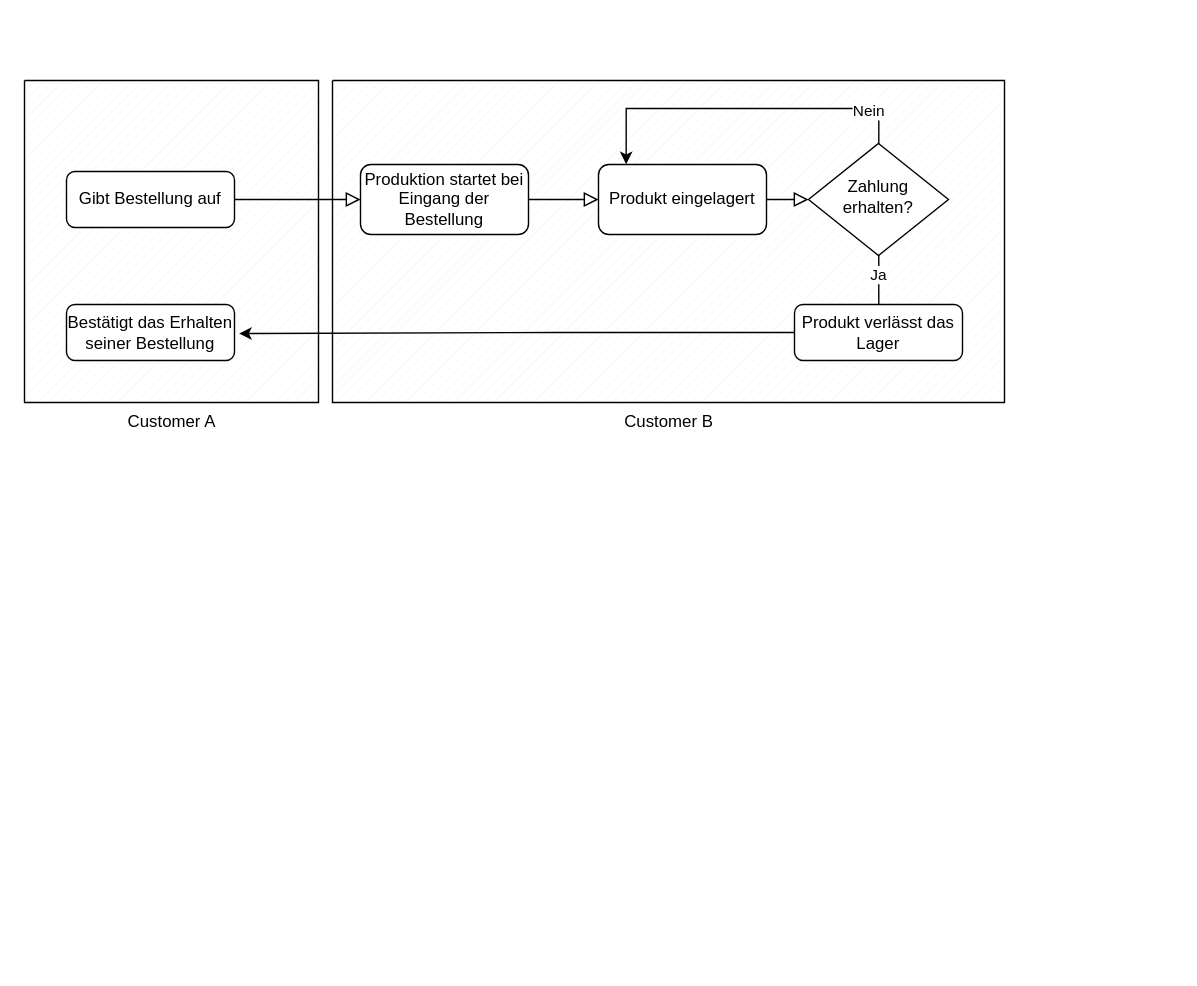
The draw.io diagram IDPA-Prototyp-FlowChart.drawio in Schickli/blockchain-im-scm, before the edit. Source tidied: cells renumbered, new cells numbered last; positions are measured from the earlier drawing's top-left corner, leaving out a move shared by most shapes. Both pictures are drawn from the tidied source at 140%, with x=0, y=0 at pixel (24, 80).
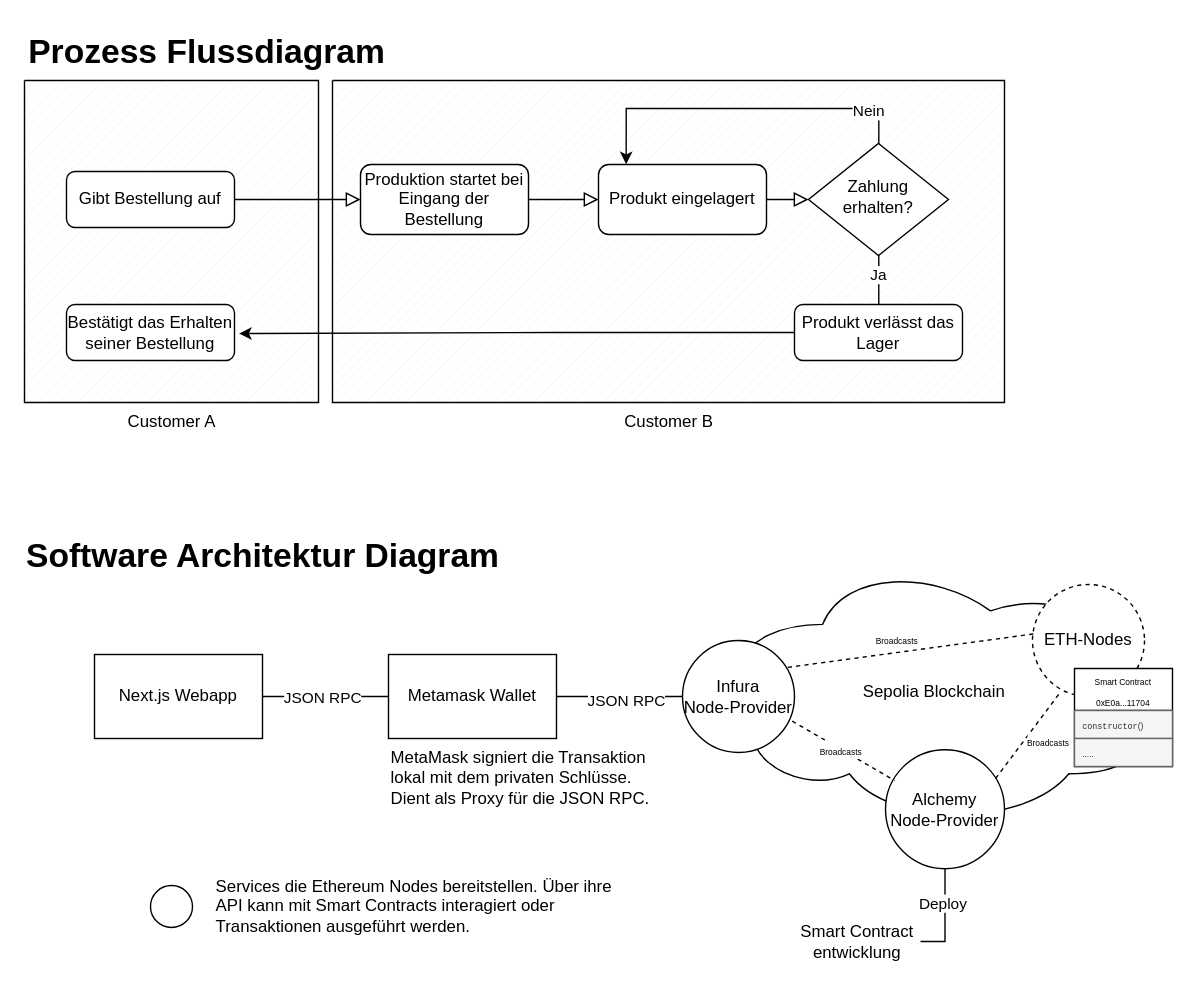
Above is the later version.

Diff of the diagram source:
```diff
@@
+    <mxCell id="18" value="Prozess Flussdiagram" style="text;strokeColor=none;fillColor=none;html=1;fontSize=24;fontStyle=1;verticalAlign=middle;align=center;" parent="1" vertex="1">
+      <mxGeometry x="80" y="-40" width="100" height="40" as="geometry" />
+    </mxCell>
+    <mxCell id="19" value="Software Architektur Diagram" style="text;strokeColor=none;fillColor=none;html=1;fontSize=24;fontStyle=1;verticalAlign=middle;align=center;" parent="1" vertex="1">
+      <mxGeometry x="120" y="320" width="100" height="40" as="geometry" />
+    </mxCell>
+    <mxCell id="20" style="edgeStyle=orthogonalEdgeStyle;rounded=0;jettySize=auto;html=1;entryX=0;entryY=0.5;entryDx=0;entryDy=0;endArrow=none;endFill=0;" parent="1" edge="1" source="22" target="23">
+      <mxGeometry relative="1" as="geometry" />
+    </mxCell>
+    <mxCell id="21" value="JSON RPC" style="edgeLabel;html=1;align=center;verticalAlign=middle;" parent="20" vertex="1">
+      <mxGeometry x="-0.09" relative="1" as="geometry">
+        <mxPoint x="1" as="offset" />
+      </mxGeometry>
+    </mxCell>
+    <mxCell id="22" value="Next.js Webapp" style="rounded=0;whiteSpace=wrap;html=1;" parent="1" vertex="1">
+      <mxGeometry x="50" y="410" width="120" height="60" as="geometry" />
+    </mxCell>
+    <mxCell id="23" value="Metamask Wallet" style="rounded=0;whiteSpace=wrap;html=1;" parent="1" vertex="1">
+      <mxGeometry x="260" y="410" width="120" height="60" as="geometry" />
+    </mxCell>
+    <mxCell id="24" value="Sepolia Blockchain" style="ellipse;shape=cloud;whiteSpace=wrap;html=1;" parent="1" vertex="1">
+      <mxGeometry x="490" y="340" width="320" height="194" as="geometry" />
+    </mxCell>
+    <mxCell id="25" style="edgeStyle=orthogonalEdgeStyle;rounded=0;jettySize=auto;html=1;entryX=0.5;entryY=1;entryDx=0;entryDy=0;endArrow=none;endFill=0;" parent="1" edge="1" source="27" target="31">
+      <mxGeometry relative="1" as="geometry">
+        <Array as="points">
+          <mxPoint x="585" y="615" />
+          <mxPoint x="585" y="615" />
+        </Array>
+      </mxGeometry>
+    </mxCell>
+    <mxCell id="26" value="Deploy" style="edgeLabel;html=1;align=center;verticalAlign=middle;" parent="25" vertex="1">
+      <mxGeometry x="0.3" y="2" relative="1" as="geometry" />
+    </mxCell>
+    <mxCell id="27" value="Smart Contract entwicklung" style="text;html=1;align=center;verticalAlign=middle;whiteSpace=wrap;rounded=0;" parent="1" vertex="1">
+      <mxGeometry x="550" y="600" width="90" height="30" as="geometry" />
+    </mxCell>
+    <mxCell id="28" style="edgeStyle=orthogonalEdgeStyle;rounded=0;jettySize=auto;html=1;endArrow=none;endFill=0;entryX=0;entryY=0.5;entryDx=0;entryDy=0;" parent="1" edge="1" source="23" target="30">
+      <mxGeometry relative="1" as="geometry" />
+    </mxCell>
+    <mxCell id="29" value="JSON RPC" style="edgeLabel;html=1;align=center;verticalAlign=middle;" parent="28" vertex="1">
+      <mxGeometry x="0.08" y="-2" relative="1" as="geometry" />
+    </mxCell>
+    <mxCell id="30" value="&lt;div&gt;Infura&lt;/div&gt;&lt;div&gt;Node-Provider&lt;/div&gt;" style="ellipse;whiteSpace=wrap;html=1;" parent="1" vertex="1">
+      <mxGeometry x="470" y="400" width="80" height="80" as="geometry" />
+    </mxCell>
+    <mxCell id="31" value="&lt;div&gt;Alchemy&lt;/div&gt;Node-Provider" style="ellipse;whiteSpace=wrap;html=1;" parent="1" vertex="1">
+      <mxGeometry x="615" y="478" width="85" height="85" as="geometry" />
+    </mxCell>
+    <mxCell id="32" style="ellipse;whiteSpace=wrap;html=1;" parent="1" vertex="1">
+      <mxGeometry x="90" y="575" width="30" height="30" as="geometry" />
+    </mxCell>
+    <mxCell id="33" value="Services die Ethereum Nodes bereitstellen. Über ihre API kann mit Smart Contracts interagiert oder Transaktionen ausgeführt werden." style="text;html=1;align=left;verticalAlign=middle;whiteSpace=wrap;rounded=0;" parent="1" vertex="1">
+      <mxGeometry x="135" y="570" width="285" height="40" as="geometry" />
+    </mxCell>
+    <mxCell id="34" value="&lt;div&gt;MetaMask signiert die Transaktion lokal mit dem privaten Schlüsse. Dient als Proxy für die JSON RPC. &lt;/div&gt;" style="text;html=1;align=left;verticalAlign=middle;whiteSpace=wrap;rounded=0;" parent="1" vertex="1">
+      <mxGeometry x="260" y="478" width="190" height="40" as="geometry" />
+    </mxCell>
+    <mxCell id="35" value="ETH-Nodes" style="ellipse;whiteSpace=wrap;html=1;dashed=1;" parent="1" vertex="1">
+      <mxGeometry x="720" y="360" width="80" height="80" as="geometry" />
+    </mxCell>
+    <mxCell id="36" style="endArrow=none;dashed=1;html=1;rounded=0;exitX=0.98;exitY=0.72;exitDx=0;exitDy=0;exitPerimeter=0;entryX=0.075;entryY=0.258;entryDx=0;entryDy=0;entryPerimeter=0;" parent="1" edge="1" source="30" target="31">
+      <mxGeometry relative="1" as="geometry" />
+    </mxCell>
+    <mxCell id="37" value="&lt;font style=&quot;font-size: 6px;&quot;&gt;Broadcasts&lt;/font&gt;" style="edgeLabel;html=1;align=center;verticalAlign=middle;" parent="36" vertex="1">
+      <mxGeometry x="-0.07" relative="1" as="geometry" />
+    </mxCell>
+    <mxCell id="38" style="endArrow=none;dashed=1;html=1;rounded=0;exitX=0.925;exitY=0.242;exitDx=0;exitDy=0;exitPerimeter=0;entryX=0.25;entryY=0.96;entryDx=0;entryDy=0;entryPerimeter=0;" parent="1" edge="1" source="31" target="35">
+      <mxGeometry relative="1" as="geometry" />
+    </mxCell>
+    <mxCell id="39" value="&lt;font style=&quot;font-size: 6px;&quot;&gt;Broadcasts&lt;/font&gt;" style="edgeLabel;html=1;align=center;verticalAlign=middle;" parent="38" vertex="1">
+      <mxGeometry x="-0.11" relative="1" as="geometry">
+        <mxPoint x="16" as="offset" />
+      </mxGeometry>
+    </mxCell>
+    <mxCell id="40" style="endArrow=none;dashed=1;html=1;rounded=0;exitX=0.94;exitY=0.24;exitDx=0;exitDy=0;exitPerimeter=0;entryX=0.02;entryY=0.44;entryDx=0;entryDy=0;entryPerimeter=0;" parent="1" edge="1" source="30" target="35">
+      <mxGeometry relative="1" as="geometry" />
+    </mxCell>
+    <mxCell id="41" value="&lt;font style=&quot;font-size: 6px;&quot;&gt;Broadcasts&lt;/font&gt;" style="edgeLabel;html=1;align=center;verticalAlign=middle;" parent="40" vertex="1">
+      <mxGeometry x="-0.08" y="-1" relative="1" as="geometry">
+        <mxPoint x="-4" y="-11" as="offset" />
+      </mxGeometry>
+    </mxCell>
+    <mxCell id="42" value="&lt;font style=&quot;font-size: 6px;&quot;&gt;Smart Contract 0xE0a...11704&lt;/font&gt;" style="swimlane;fontStyle=0;horizontal=1;startSize=30;whiteSpace=wrap;html=1;" parent="1" vertex="1">
+      <mxGeometry x="750" y="420" width="70" height="70" as="geometry" />
+    </mxCell>
+    <mxCell id="43" value="&lt;font style=&quot;font-size: 6px;&quot; face=&quot;Helvetica&quot;&gt;&lt;code&gt;constructor&lt;/code&gt;()&lt;/font&gt;" style="text;align=left;verticalAlign=middle;spacingLeft=4;spacingRight=4;overflow=hidden;whiteSpace=wrap;html=1;fillColor=#f5f5f5;fontColor=#333333;strokeColor=#666666;" parent="42" vertex="1">
+      <mxGeometry y="30" width="70" height="20" as="geometry" />
+    </mxCell>
+    <mxCell id="44" value="&lt;font style=&quot;font-size: 6px;&quot;&gt;.....&lt;/font&gt;" style="text;strokeColor=#666666;fillColor=#f5f5f5;align=left;verticalAlign=middle;spacingLeft=4;spacingRight=4;overflow=hidden;whiteSpace=wrap;html=1;fontColor=#333333;" parent="42" vertex="1">
+      <mxGeometry y="50" width="70" height="20" as="geometry" />
+    </mxCell>
```
